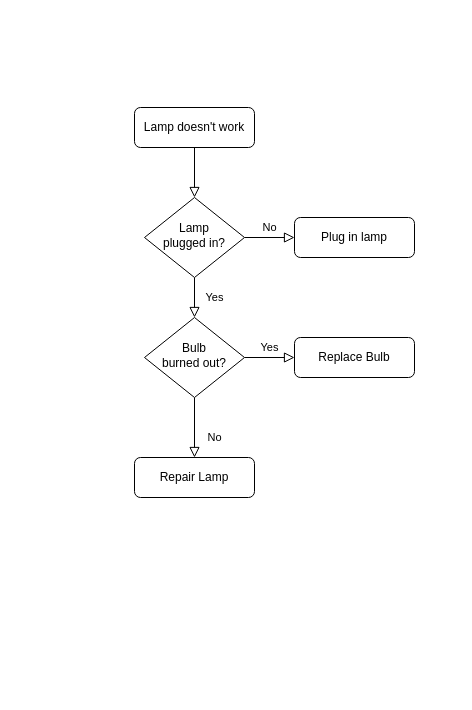
Before: 未命名绘图.drawio in tosky2023/Test, a draw.io diagram. Source tidied: cells renumbered, new cells numbered last; positions are measured from the earlier drawing's top-left corner, leaving out a move shared by most shapes. Both pictures are drawn from the tidied source at 100%, with x=0, y=0 at pixel (134, 107).
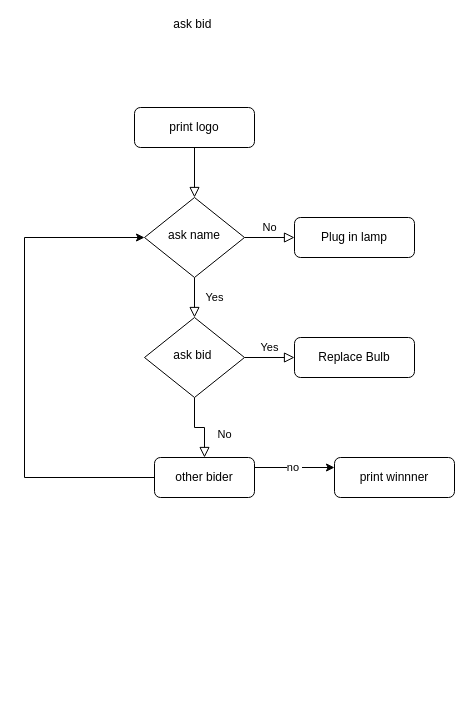
The same diagram, later.

Commit message:
更新未命名绘图.drawio

Diff of the diagram source:
```diff
@@
 <mxGraphModel>
   <root>
     <mxCell id="0" />
     <mxCell id="1" parent="0" />
     <mxCell id="2" style="rounded=0;html=1;jettySize=auto;fontSize=11;endArrow=block;endFill=0;endSize=8;strokeWidth=1;shadow=0;labelBackgroundColor=none;edgeStyle=orthogonalEdgeStyle;" parent="1" edge="1" source="3" target="6">
       <mxGeometry relative="1" as="geometry" />
     </mxCell>
-    <mxCell id="3" value="Lamp doesn't work" style="rounded=1;whiteSpace=wrap;html=1;fontSize=12;glass=0;strokeWidth=1;shadow=0;" parent="1" vertex="1">
+    <mxCell id="3" value="print logo" style="rounded=1;whiteSpace=wrap;html=1;fontSize=12;glass=0;strokeWidth=1;shadow=0;" parent="1" vertex="1">
       <mxGeometry width="120" height="40" as="geometry" />
     </mxCell>
     <mxCell id="4" value="Yes" style="rounded=0;html=1;jettySize=auto;fontSize=11;endArrow=block;endFill=0;endSize=8;strokeWidth=1;shadow=0;labelBackgroundColor=none;edgeStyle=orthogonalEdgeStyle;" parent="1" edge="1" source="6" target="10">
       <mxGeometry y="20" relative="1" as="geometry" />
     </mxCell>
     <mxCell id="5" value="No" style="edgeStyle=orthogonalEdgeStyle;rounded=0;html=1;jettySize=auto;fontSize=11;endArrow=block;endFill=0;endSize=8;strokeWidth=1;shadow=0;labelBackgroundColor=none;" parent="1" edge="1" source="6" target="7">
       <mxGeometry y="10" relative="1" as="geometry" />
     </mxCell>
-    <mxCell id="6" value="Lamp&lt;br&gt;plugged in?" style="rhombus;whiteSpace=wrap;html=1;shadow=0;fontFamily=Helvetica;fontSize=12;align=center;strokeWidth=1;spacing=6;spacingTop=-4;" parent="1" vertex="1">
+    <mxCell id="6" value="ask name" style="rhombus;whiteSpace=wrap;html=1;shadow=0;fontFamily=Helvetica;fontSize=12;align=center;strokeWidth=1;spacing=6;spacingTop=-4;" parent="1" vertex="1">
       <mxGeometry x="10" y="90" width="100" height="80" as="geometry" />
     </mxCell>
     <mxCell id="7" value="Plug in lamp" style="rounded=1;whiteSpace=wrap;html=1;fontSize=12;glass=0;strokeWidth=1;shadow=0;" parent="1" vertex="1">
       <mxGeometry x="160" y="110" width="120" height="40" as="geometry" />
     </mxCell>
     <mxCell id="8" value="No" style="rounded=0;html=1;jettySize=auto;fontSize=11;endArrow=block;endFill=0;endSize=8;strokeWidth=1;shadow=0;labelBackgroundColor=none;edgeStyle=orthogonalEdgeStyle;" parent="1" edge="1" source="10" target="11">
       <mxGeometry x="0.33" y="20" relative="1" as="geometry" />
     </mxCell>
     <mxCell id="9" value="Yes" style="edgeStyle=orthogonalEdgeStyle;rounded=0;html=1;jettySize=auto;fontSize=11;endArrow=block;endFill=0;endSize=8;strokeWidth=1;shadow=0;labelBackgroundColor=none;" parent="1" edge="1" source="10" target="12">
       <mxGeometry y="10" relative="1" as="geometry" />
     </mxCell>
-    <mxCell id="10" value="Bulb&lt;br&gt;burned out?" style="rhombus;whiteSpace=wrap;html=1;shadow=0;fontFamily=Helvetica;fontSize=12;align=center;strokeWidth=1;spacing=6;spacingTop=-4;" parent="1" vertex="1">
+    <mxCell id="10" value="ask bid&amp;nbsp;&lt;br&gt;&lt;br&gt;&lt;br&gt;&lt;br&gt;&lt;br&gt;&lt;br&gt;&lt;br&gt;&lt;br&gt;&lt;br&gt;&lt;br&gt;&lt;br&gt;&lt;br&gt;&lt;br&gt;&lt;br&gt;&lt;br&gt;&lt;br&gt;&lt;br&gt;&lt;br&gt;&lt;br&gt;&lt;br&gt;&lt;br&gt;&lt;br&gt;&lt;br&gt;ask bid&amp;nbsp;&lt;br&gt;&lt;br&gt;&lt;br&gt;&lt;br&gt;&lt;br&gt;&lt;br&gt;&lt;br&gt;&lt;br&gt;&lt;br&gt;&lt;br&gt;&lt;br&gt;&lt;br&gt;&lt;br&gt;&lt;br&gt;&lt;br&gt;&lt;br&gt;&lt;br&gt;&lt;br&gt;&lt;br&gt;&lt;br&gt;&lt;br&gt;&lt;br&gt;&lt;br&gt;&lt;br&gt;" style="rhombus;whiteSpace=wrap;html=1;shadow=0;fontFamily=Helvetica;fontSize=12;align=center;strokeWidth=1;spacing=6;spacingTop=-4;" parent="1" vertex="1">
       <mxGeometry x="10" y="210" width="100" height="80" as="geometry" />
     </mxCell>
+    <mxCell id="13" value="no&amp;nbsp;&lt;br&gt;" style="edgeStyle=orthogonalEdgeStyle;rounded=0;jettySize=auto;html=1;" parent="1" edge="1" source="11" target="15">
+      <mxGeometry relative="1" as="geometry">
+        <Array as="points">
+          <mxPoint x="160" y="360" />
+          <mxPoint x="160" y="360" />
+        </Array>
+      </mxGeometry>
+    </mxCell>
+    <mxCell id="14" style="edgeStyle=orthogonalEdgeStyle;rounded=0;jettySize=auto;html=1;entryX=0;entryY=0.5;entryDx=0;entryDy=0;" parent="1" edge="1" source="11" target="6">
+      <mxGeometry relative="1" as="geometry">
+        <Array as="points">
+          <mxPoint x="-110" y="370" />
+          <mxPoint x="-110" y="130" />
+        </Array>
+      </mxGeometry>
+    </mxCell>
-    <mxCell id="11" value="Repair Lamp" style="rounded=1;whiteSpace=wrap;html=1;fontSize=12;glass=0;strokeWidth=1;shadow=0;" parent="1" vertex="1">
-      <mxGeometry y="350" width="120" height="40" as="geometry" />
+    <mxCell id="11" value="other bider" style="rounded=1;whiteSpace=wrap;html=1;fontSize=12;glass=0;strokeWidth=1;shadow=0;" parent="1" vertex="1">
+      <mxGeometry x="20" y="350" width="100" height="40" as="geometry" />
     </mxCell>
     <mxCell id="12" value="Replace Bulb" style="rounded=1;whiteSpace=wrap;html=1;fontSize=12;glass=0;strokeWidth=1;shadow=0;" parent="1" vertex="1">
       <mxGeometry x="160" y="230" width="120" height="40" as="geometry" />
     </mxCell>
+    <mxCell id="15" value="print winnner" style="rounded=1;whiteSpace=wrap;html=1;fontSize=12;glass=0;strokeWidth=1;shadow=0;" parent="1" vertex="1">
+      <mxGeometry x="200" y="350" width="120" height="40" as="geometry" />
+    </mxCell>
   </root>
 </mxGraphModel>
```
